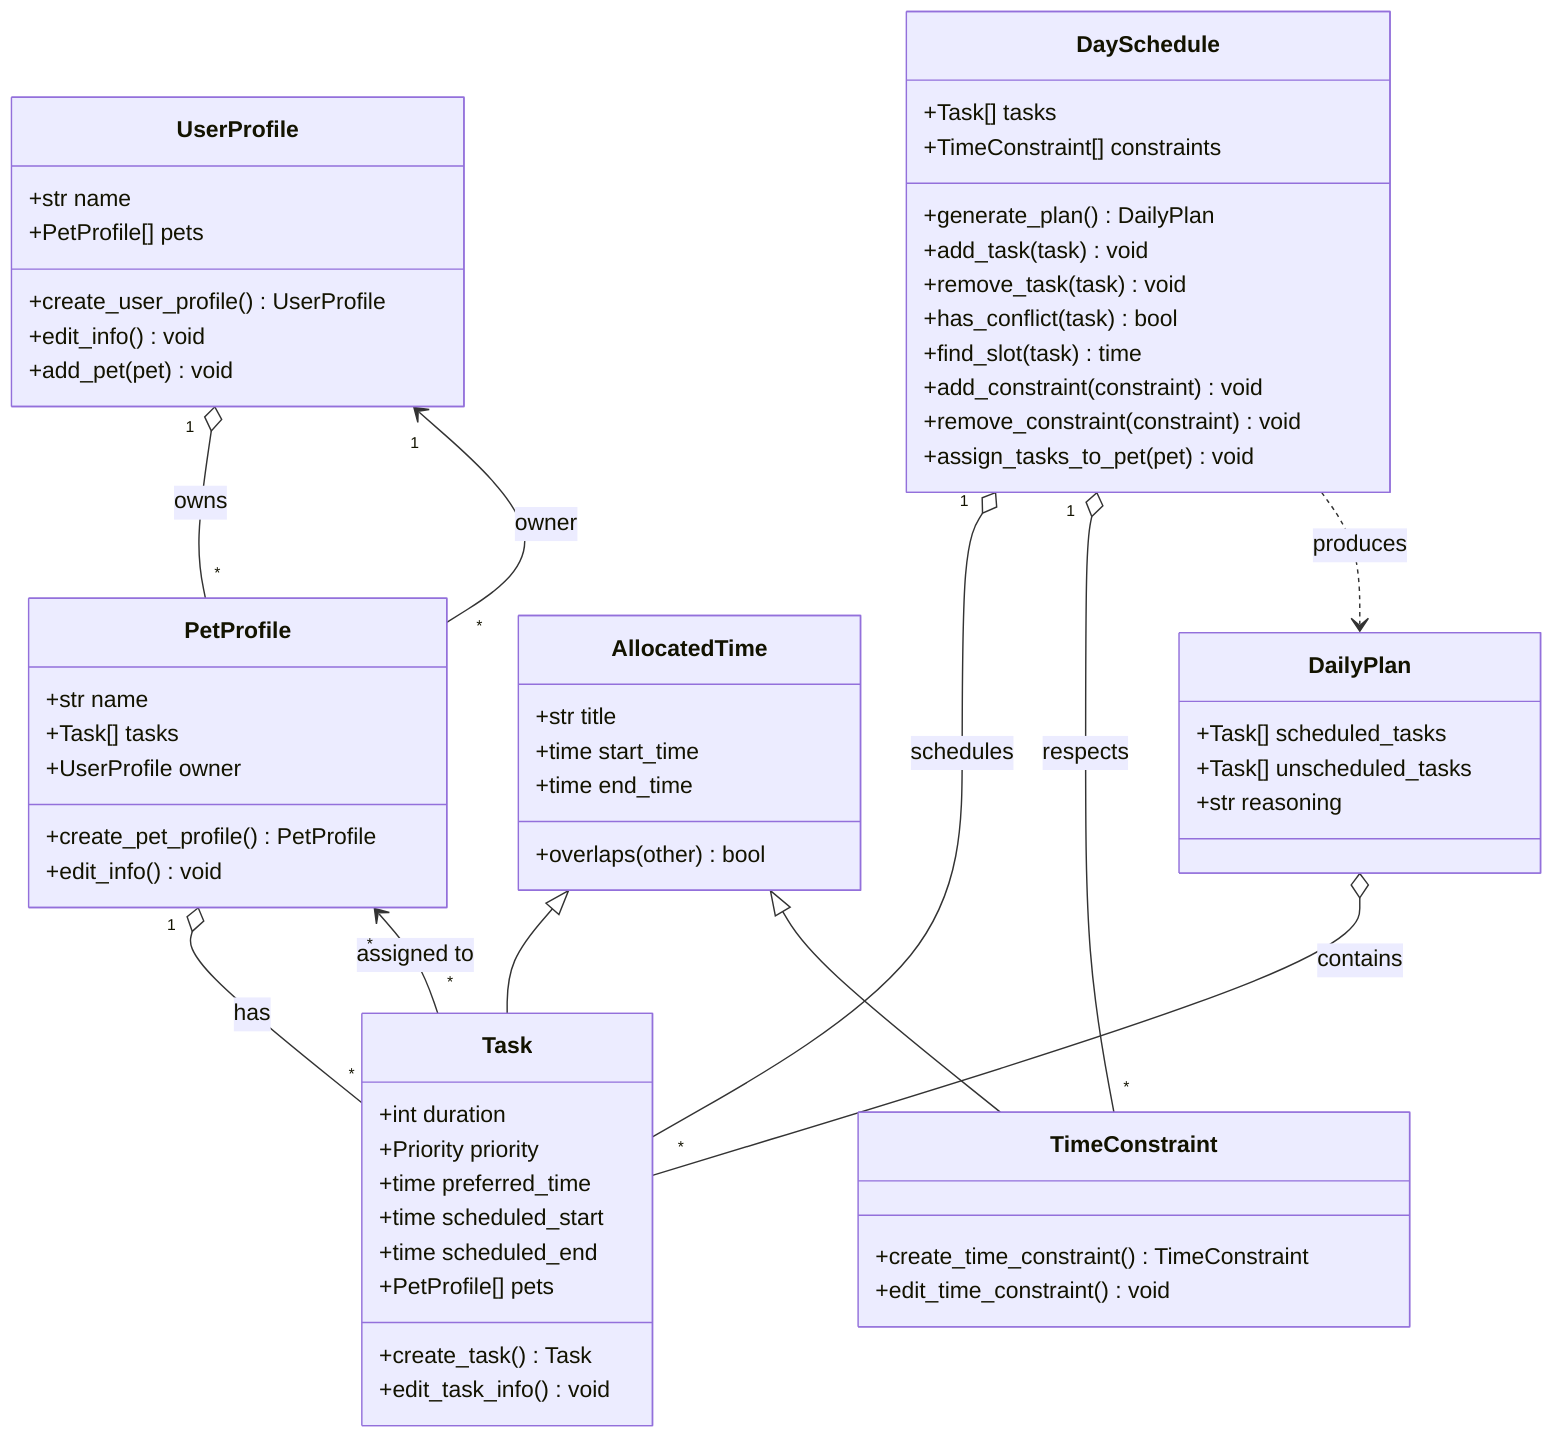
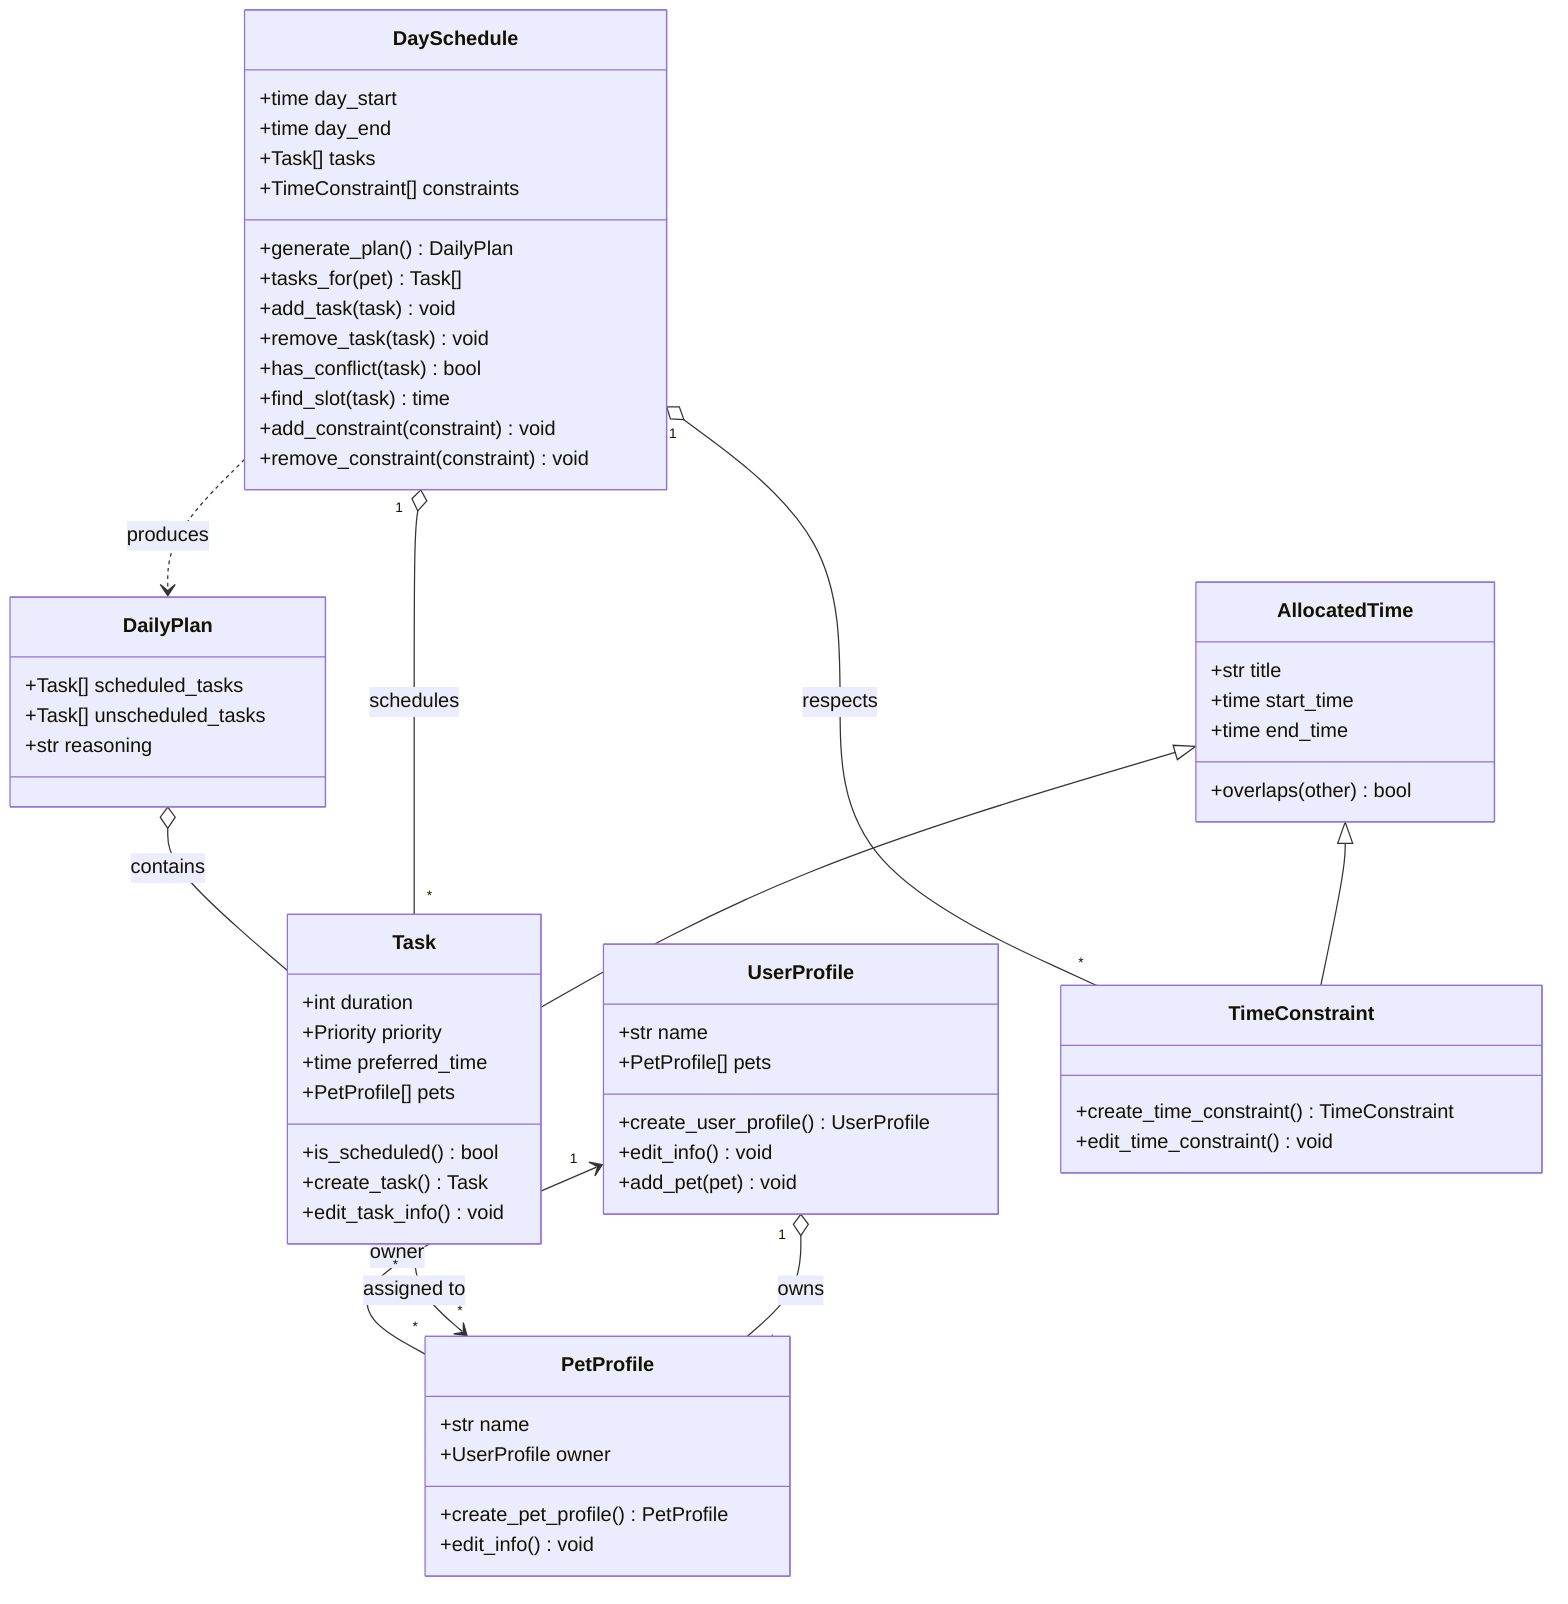
classDiagram
    %% PawPal+ class diagram — keep in sync with the implementation.

    class UserProfile {
        +str name
        +PetProfile[] pets
        +create_user_profile() UserProfile
        +edit_info() void
        +add_pet(pet) void
    }

    class PetProfile {
        +str name
-         +Task[] tasks
        +UserProfile owner
        +create_pet_profile() PetProfile
        +edit_info() void
    }

    class DaySchedule {
+         +time day_start
+         +time day_end
        +Task[] tasks
        +TimeConstraint[] constraints
        +generate_plan() DailyPlan
+         +tasks_for(pet) Task[]
        +add_task(task) void
        +remove_task(task) void
        +has_conflict(task) bool
        +find_slot(task) time
        +add_constraint(constraint) void
        +remove_constraint(constraint) void
-         +assign_tasks_to_pet(pet) void
    }

    class AllocatedTime {
        +str title
        +time start_time
        +time end_time
        +overlaps(other) bool
    }

    class Task {
        +int duration
        +Priority priority
        +time preferred_time
-         +time scheduled_start
-         +time scheduled_end
        +PetProfile[] pets
+         +is_scheduled() bool
        +create_task() Task
        +edit_task_info() void
    }

    class TimeConstraint {
        +create_time_constraint() TimeConstraint
        +edit_time_constraint() void
    }

    class DailyPlan {
        +Task[] scheduled_tasks
        +Task[] unscheduled_tasks
        +str reasoning
    }

    AllocatedTime <|-- Task
    AllocatedTime <|-- TimeConstraint

    UserProfile "1" o-- "*" PetProfile : owns
    PetProfile "*" --> "1" UserProfile : owner
-     PetProfile "1" o-- "*" Task : has

    DaySchedule "1" o-- "*" Task : schedules
    DaySchedule "1" o-- "*" TimeConstraint : respects
    Task "*" --> "*" PetProfile : assigned to
    DaySchedule ..> DailyPlan : produces
    DailyPlan o-- Task : contains
